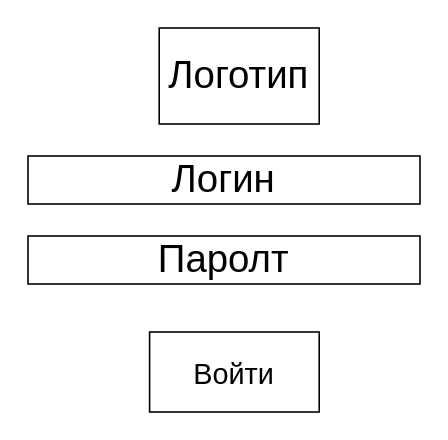
Above: Макет страниц WEB/Авторизация.drawio in igKaneProgrammer/allprojects (draw.io), before the change. Source tidied: cells renumbered, new cells numbered last; positions are measured from the earlier drawing's top-left corner, leaving out a move shared by most shapes. Both pictures are drawn from the tidied source at 160%, with x=0, y=0 at pixel (27, 27).
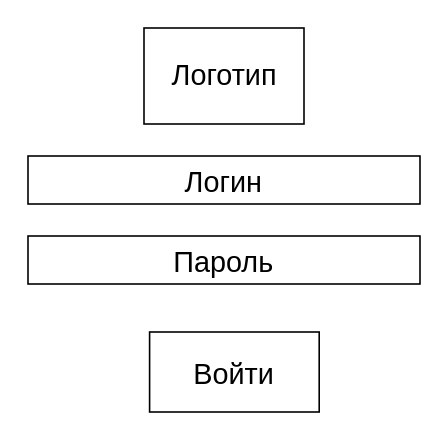
After the change.

What changed in the source:
```diff
@@
 <mxGraphModel>
   <root>
     <mxCell id="0" />
     <mxCell id="1" parent="0" />
-    <mxCell id="2" value="&lt;font style=&quot;font-size: 24px&quot;&gt;Логотип&lt;/font&gt;" style="rounded=0;whiteSpace=wrap;html=1;" parent="1" vertex="1">
-      <mxGeometry x="82" width="100" height="60" as="geometry" />
+    <mxCell id="2" value="&lt;font style=&quot;font-size: 18px;&quot;&gt;Логотип&lt;/font&gt;" style="rounded=0;whiteSpace=wrap;html=1;" parent="1" vertex="1">
+      <mxGeometry x="72.5" width="100" height="60" as="geometry" />
     </mxCell>
-    <mxCell id="3" value="Логин" style="rounded=0;whiteSpace=wrap;html=1;fontSize=24;" parent="1" vertex="1">
+    <mxCell id="3" value="&lt;font style=&quot;font-size: 18px;&quot;&gt;Логин&lt;/font&gt;" style="rounded=0;whiteSpace=wrap;html=1;fontSize=24;" parent="1" vertex="1">
       <mxGeometry y="80" width="245" height="30" as="geometry" />
     </mxCell>
-    <mxCell id="4" value="Паролт" style="rounded=0;whiteSpace=wrap;html=1;fontSize=24;" parent="1" vertex="1">
+    <mxCell id="4" value="&lt;font style=&quot;font-size: 18px;&quot;&gt;Пароль&lt;/font&gt;" style="rounded=0;whiteSpace=wrap;html=1;fontSize=24;" parent="1" vertex="1">
       <mxGeometry y="130" width="245" height="30" as="geometry" />
     </mxCell>
     <mxCell id="5" value="&lt;font style=&quot;font-size: 18px&quot;&gt;Войти&lt;/font&gt;" style="rounded=0;whiteSpace=wrap;html=1;fontSize=24;" parent="1" vertex="1">
       <mxGeometry x="76" y="190" width="106" height="50" as="geometry" />
     </mxCell>
   </root>
 </mxGraphModel>
```
